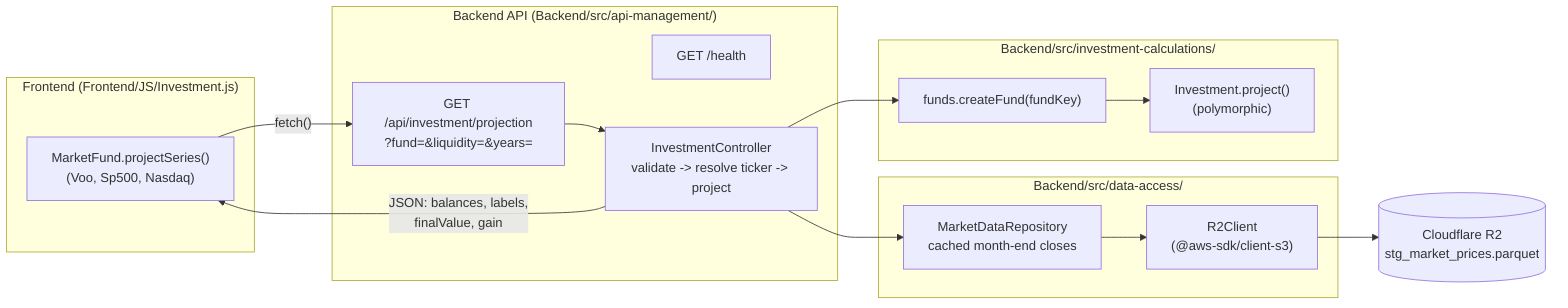
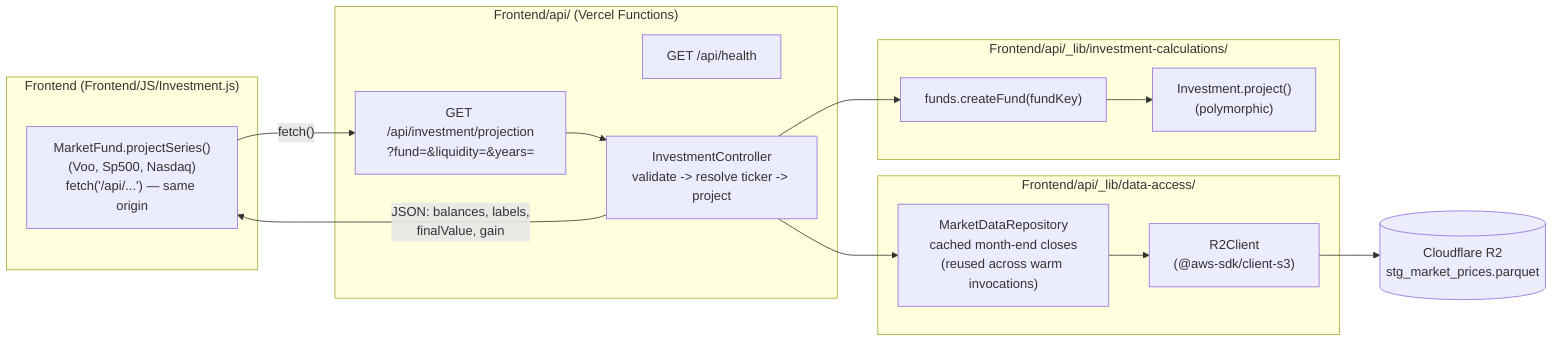
- %% API Architecture — Backend/ (Node + Fastify)
+ %% API Architecture — Frontend/api/ (Vercel Functions, same project as the static site)
%% First endpoint: real historical investment projections read from R2.
flowchart LR
    subgraph client["Frontend (Frontend/JS/Investment.js)"]
-         marketFund["MarketFund.projectSeries()\n(Voo, Sp500, Nasdaq)"]
+         marketFund["MarketFund.projectSeries()\n(Voo, Sp500, Nasdaq)\nfetch('/api/...') — same origin"]
    end

-     subgraph api["Backend API (Backend/src/api-management/)"]
-         health["GET /health"]
+     subgraph api["Frontend/api/ (Vercel Functions)"]
+         health["GET /api/health"]
        projection["GET /api/investment/projection\n?fund=&liquidity=&years="]
        controller["InvestmentController\nvalidate -> resolve ticker -> project"]
        projection --> controller
    end

-     subgraph data["Backend/src/data-access/"]
-         repo["MarketDataRepository\ncached month-end closes"]
+     subgraph data["Frontend/api/_lib/data-access/"]
+         repo["MarketDataRepository\ncached month-end closes\n(reused across warm invocations)"]
        r2client["R2Client\n(@aws-sdk/client-s3)"]
        repo --> r2client
    end

-     subgraph calc["Backend/src/investment-calculations/"]
+     subgraph calc["Frontend/api/_lib/investment-calculations/"]
        funds["funds.createFund(fundKey)"]
        investment["Investment.project()\n(polymorphic)"]
        funds --> investment
    end

    r2[("Cloudflare R2\nstg_market_prices.parquet")]

    marketFund -- "fetch()" --> projection
    controller --> repo
    controller --> funds
    r2client --> r2
    controller -- "JSON: balances, labels,\nfinalValue, gain" --> marketFund
